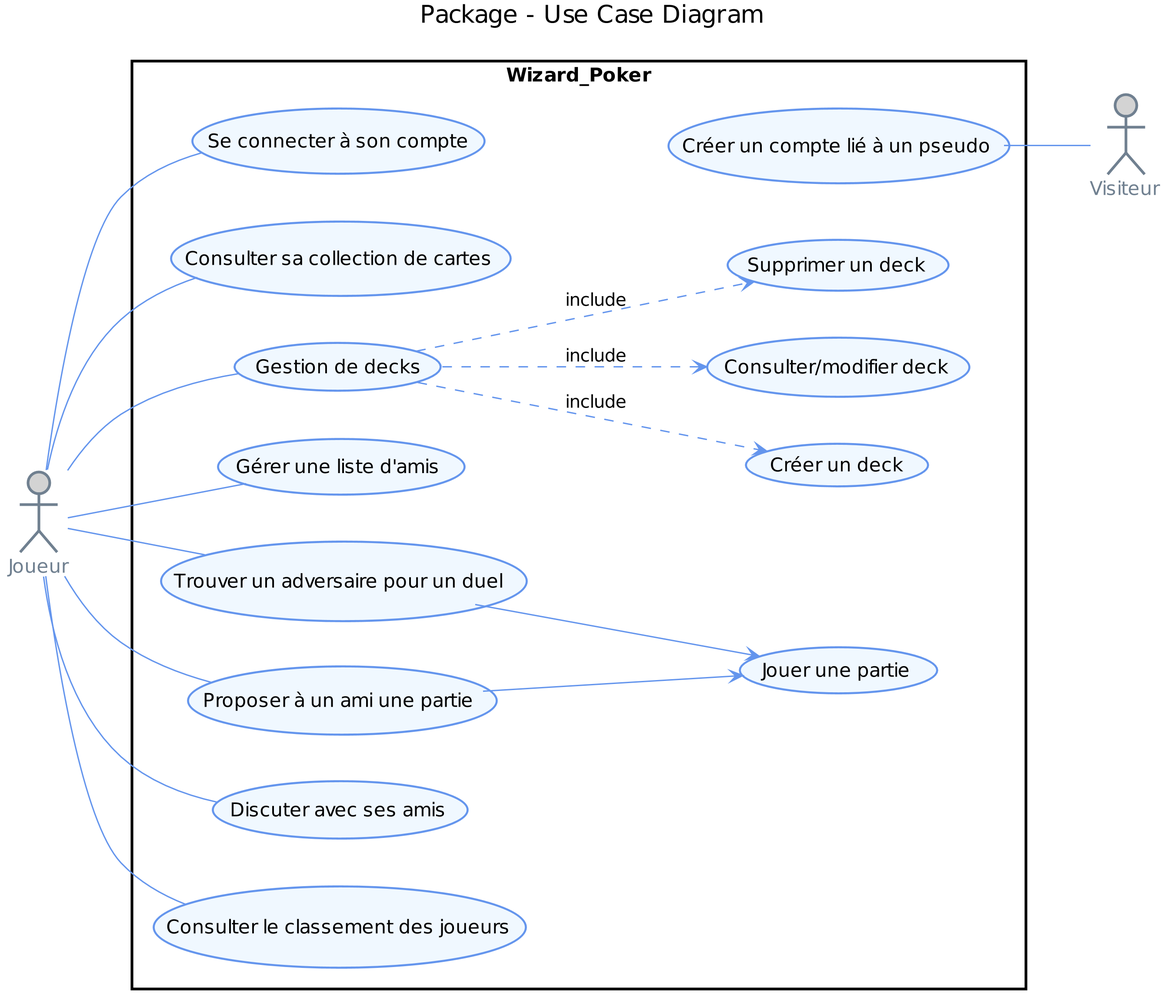
This is uml_files/UseCaseDiagram.png from elishadrion/tetris, a PlantUML export, as it was before one commit.
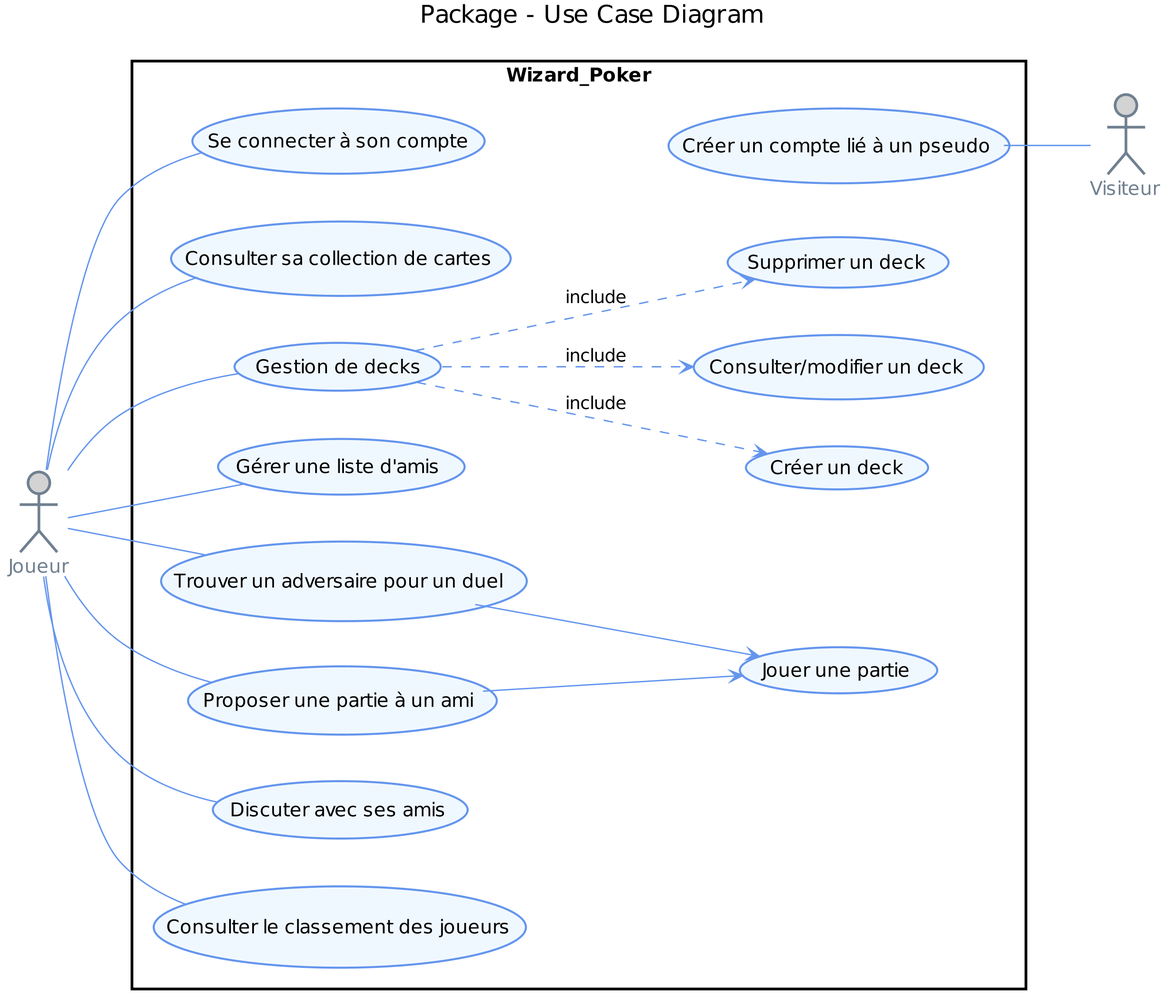
Later version of the same file.

Commit message:
Denière correction (modification du UseCase simplement pour la tournure de phrase)

What changed in the source:
```diff
@@ -1,5 +1,4 @@
 @startuml
-
 title Package - Use Case Diagram
 
 skinparam shadowing false
@@ -30,11 +29,11 @@
     (Consulter sa collection de cartes) as view_carte
     (Gestion de decks) as gest_deck
     (Créer un deck) as create_deck
-    (Consulter/modifier deck) as modif_deck
+    (Consulter/modifier un deck) as modif_deck
     (Supprimer un deck) as delete_deck
     (Gérer une liste d'amis) as gest_amis
     (Trouver un adversaire pour un duel) as find_player
-    (Proposer à un ami une partie) as friend_player
+    (Proposer une partie à un ami) as friend_player
     (Jouer une partie) as play
     (Discuter avec ses amis) as discut_friends
     (Consulter le classement des joueurs) as classement
@@ -55,5 +54,4 @@
 gest_deck .d-> create_deck : include
 find_player --> play
 friend_player --> play
-
 @enduml
```
